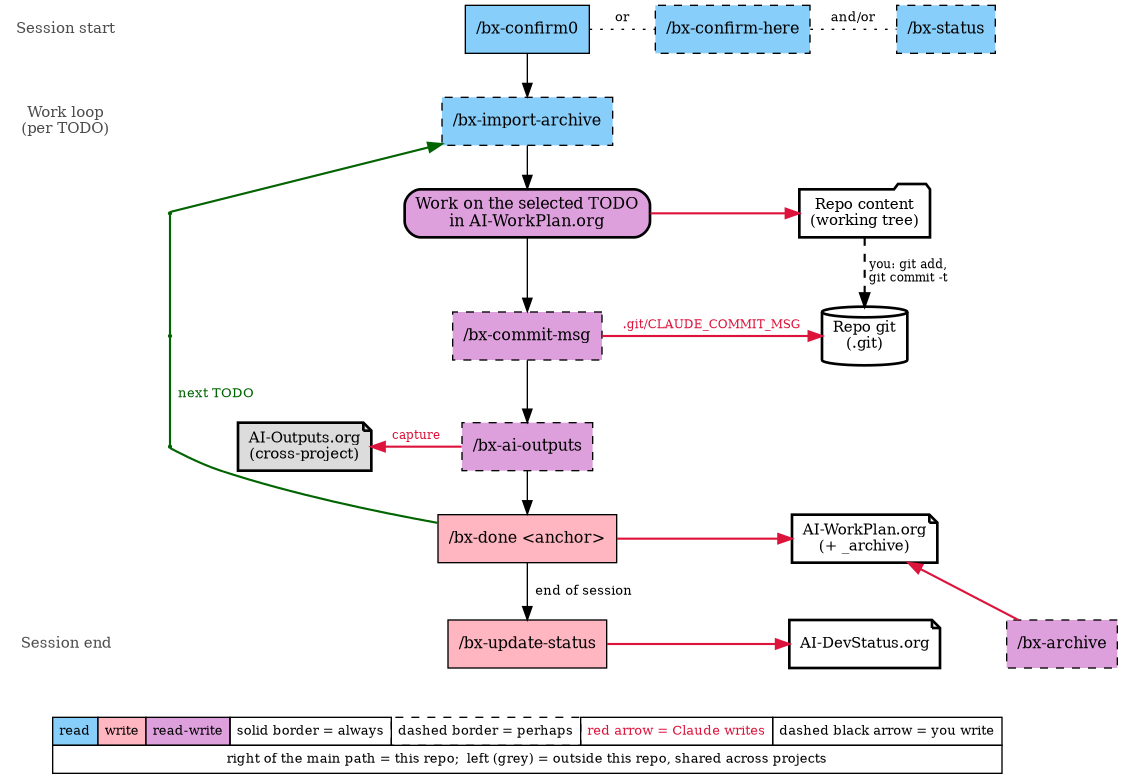
Above: ai-templates/_nonTemplate_/images/aiUsageWorkflow.png in bisos/defaults (Graphviz), before the change. Its source is kept beside it as ai-templates/_nonTemplate_/images/aiUsageWorkflow.gv. Its diagram source:
```dot
digraph {
	nodesep=0.35 rankdir=TB ranksep=0.45
	node [fontsize=12]
	lyr_start [label="Session start" fontcolor=gray30 fontsize=11 shape=plaintext]
	lyr_loop1 [label="Work loop
(per TODO)" fontcolor=gray30 fontsize=11 shape=plaintext]
	lyr_loop2 [label="" fontcolor=gray30 fontsize=11 shape=plaintext]
	lyr_loop3 [label="" fontcolor=gray30 fontsize=11 shape=plaintext]
	lyr_loop4 [label="" fontcolor=gray30 fontsize=11 shape=plaintext]
	lyr_loop5 [label="" fontcolor=gray30 fontsize=11 shape=plaintext]
	lyr_end [label="Session end" fontcolor=gray30 fontsize=11 shape=plaintext]
	lyr_start -> lyr_loop1 [style=invis]
	lyr_loop1 -> lyr_loop2 [style=invis]
	lyr_loop2 -> lyr_loop3 [style=invis]
	lyr_loop3 -> lyr_loop4 [style=invis]
	lyr_loop4 -> lyr_loop5 [style=invis]
	lyr_loop5 -> lyr_end [style=invis]
	{
		rank=same
		lyr_start
		confirm0 [label="/bx-confirm0" fillcolor=lightskyblue group=spine shape=rectangle style=filled]
		confirmHere [label="/bx-confirm-here" fillcolor=lightskyblue shape=rectangle style="filled,dashed"]
		status [label="/bx-status" fillcolor=lightskyblue shape=rectangle style="filled,dashed"]
	}
	{
		rank=same
		lyr_loop1
		importArchive [label="/bx-import-archive" fillcolor=lightskyblue group=spine shape=rectangle style="filled,dashed"]
	}
	{
		rank=same
		lyr_loop2
		loopVia2 [label="" color=darkgreen group=loop shape=point width=0.03]
		work [label="Work on the selected TODO
in AI-WorkPlan.org" fillcolor=plum group=spine shape=rectangle style="filled,rounded,bold"]
		subjContent [label="Repo content
(working tree)" fillcolor=white fontsize=11 group=subjects shape=folder style="filled,bold"]
	}
	{
		rank=same
		lyr_loop3
		loopVia3 [label="" color=darkgreen group=loop shape=point width=0.03]
		commitMsg [label="/bx-commit-msg" fillcolor=plum group=spine shape=rectangle style="filled,dashed"]
		subjGit [label="Repo git
(.git)" fillcolor=white fontsize=11 group=subjects shape=cylinder style="filled,bold"]
	}
	{
		rank=same
		lyr_loop4
		loopVia4 [label="" color=darkgreen group=loop shape=point width=0.03]
		subjOutputs [label="AI-Outputs.org
(cross-project)" fillcolor=gainsboro fontsize=11 shape=note style="filled,bold"]
		aiOutputs [label="/bx-ai-outputs" fillcolor=plum group=spine shape=rectangle style="filled,dashed"]
	}
	{
		rank=same
		lyr_loop5
		done [label="/bx-done <anchor>" fillcolor=lightpink group=spine shape=rectangle style=filled]
		subjWorkPlan [label="AI-WorkPlan.org
(+ _archive)" fillcolor=white fontsize=11 group=subjects shape=note style="filled,bold"]
	}
	{
		rank=same
		lyr_end
		updateStatus [label="/bx-update-status" fillcolor=lightpink group=spine shape=rectangle style=filled]
		archive [label="/bx-archive" fillcolor=plum shape=rectangle style="filled,dashed"]
		subjDevStatus [label="AI-DevStatus.org" fillcolor=white fontsize=11 group=subjects shape=note style="filled,bold"]
	}
	subjContent -> subjGit [label=" you: git add,
 git commit -t " arrowhead=normal color=black fontsize=9 penwidth=1.6 style=dashed]
	subjGit -> subjWorkPlan [style=invis]
	subjWorkPlan -> subjDevStatus [style=invis]
	work -> subjContent [arrowhead=normal color=crimson penwidth=1.6]
	commitMsg -> subjGit [label=" .git/CLAUDE_COMMIT_MSG " arrowhead=normal color=crimson fontcolor=crimson fontsize=9 penwidth=1.6]
	lyr_loop2 -> loopVia2 [style=invis]
	loopVia2 -> work [style=invis]
	lyr_loop3 -> loopVia3 [style=invis]
	loopVia3 -> commitMsg [style=invis]
	lyr_loop4 -> loopVia4 [style=invis]
	loopVia4 -> subjOutputs [style=invis]
	subjOutputs -> aiOutputs [style=invis]
	subjDevStatus -> archive [style=invis]
	aiOutputs -> subjOutputs [label=" capture " arrowhead=normal color=crimson constraint=false fontcolor=crimson fontsize=9 penwidth=1.6]
	done -> subjWorkPlan [arrowhead=normal color=crimson penwidth=1.6]
	archive -> subjWorkPlan [arrowhead=normal color=crimson constraint=false penwidth=1.6]
	updateStatus -> subjDevStatus [arrowhead=normal color=crimson penwidth=1.6]
	confirm0 -> importArchive
	importArchive -> work
	work -> commitMsg
	commitMsg -> aiOutputs
	aiOutputs -> done
	done -> updateStatus [label="  end of session  " fontsize=10]
	importArchive -> loopVia2 [color=darkgreen dir=back penwidth=1.6]
	loopVia2 -> loopVia3 [color=darkgreen dir=none penwidth=1.6]
	loopVia3 -> loopVia4 [label="  next TODO  " color=darkgreen dir=none fontcolor=darkgreen fontsize=10 penwidth=1.6]
	loopVia4 -> done [color=darkgreen dir=none penwidth=1.6]
	confirm0 -> confirmHere [label=" or " arrowhead=none fontsize=10 style=dotted]
	confirmHere -> status [label=" and/or " arrowhead=none fontsize=10 style=dotted]
	legend [label=<<TABLE BORDER="0" CELLBORDER="1" CELLSPACING="0" CELLPADDING="4"><TR><TD BGCOLOR="lightskyblue">read</TD><TD BGCOLOR="lightpink">write</TD><TD BGCOLOR="plum">read-write</TD><TD>solid border = always</TD><TD STYLE="dashed">dashed border = perhaps</TD><TD><FONT COLOR="crimson">red arrow = Claude writes</FONT></TD><TD>dashed black arrow = you write</TD></TR><TR><TD COLSPAN="7">right of the main path = this repo;  left (grey) = outside this repo, shared across projects</TD></TR></TABLE>> fontsize=10 shape=plaintext]
	updateStatus -> legend [style=invis]
}
```
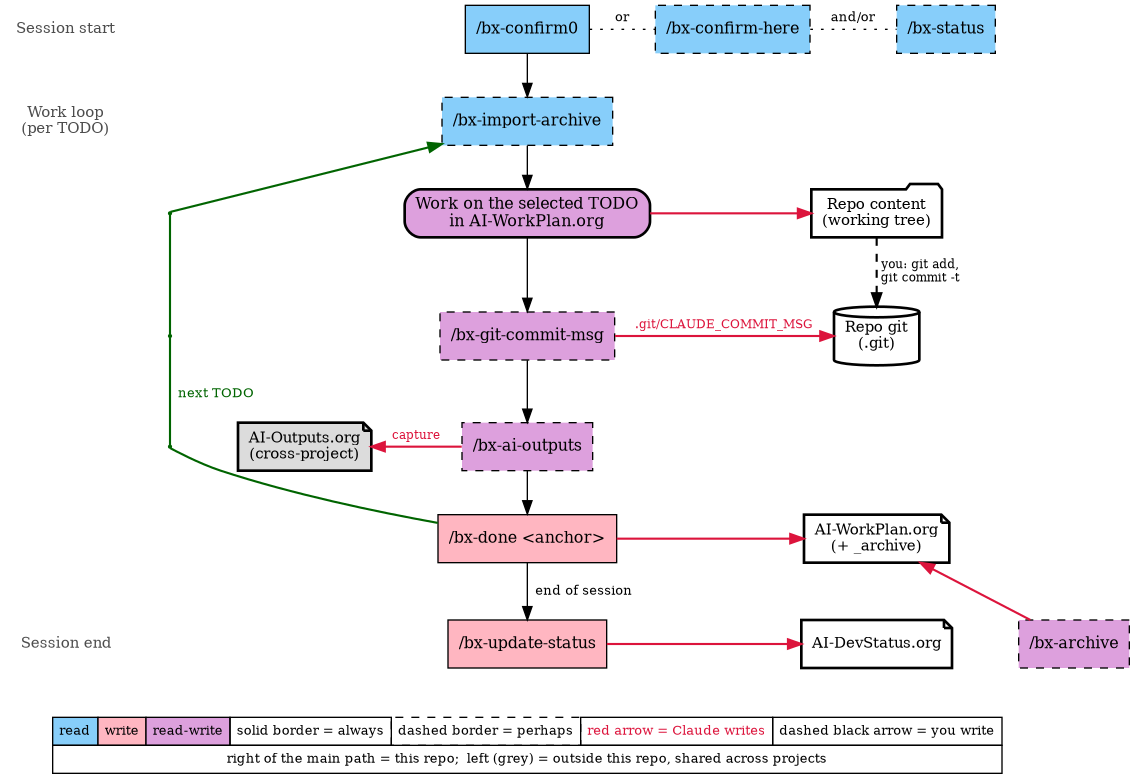
The same diagram one commit later.

What changed in the source:
```diff
@@ -40,7 +40,7 @@
 		rank=same
 		lyr_loop3
 		loopVia3 [label="" color=darkgreen group=loop shape=point width=0.03]
-		commitMsg [label="/bx-commit-msg" fillcolor=plum group=spine shape=rectangle style="filled,dashed"]
+		commitMsg [label="/bx-git-commit-msg" fillcolor=plum group=spine shape=rectangle style="filled,dashed"]
 		subjGit [label="Repo git
 (.git)" fillcolor=white fontsize=11 group=subjects shape=cylinder style="filled,bold"]
 	}
```
